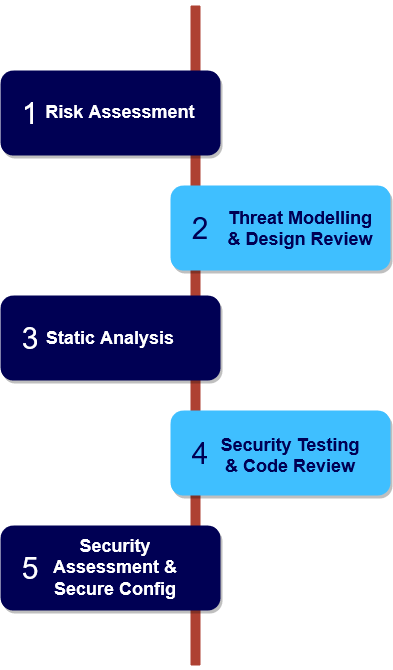
Before: SSDLCProcess.png, a diagram exported from draw.io (Lino-DC/SDLC). Source tidied: cells renumbered, new cells last; positions are measured from the earlier drawing's top-left corner, leaving out a move shared by most shapes.
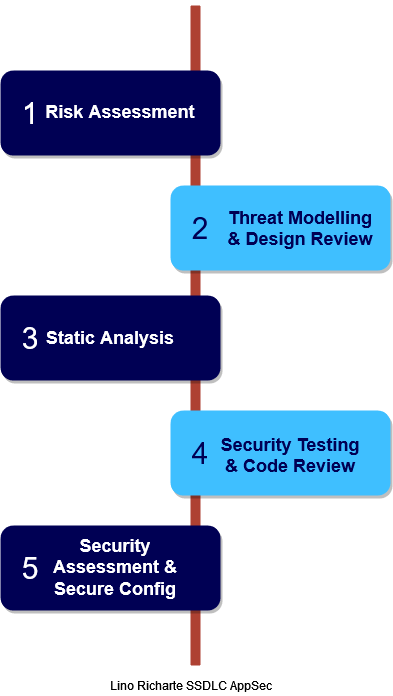
The same file after the commit.

What changed in the source:
```diff
@@ -50,5 +50,8 @@
     <mxCell id="17" value="&lt;h1&gt;Security Assessment &amp;amp; Secure Config&lt;br&gt;&lt;/h1&gt;" style="text;html=1;spacing=5;spacingTop=-20;whiteSpace=wrap;overflow=hidden;strokeColor=none;strokeWidth=4;fillColor=none;gradientColor=#007FFF;fontSize=9;fontColor=#FFFFFF;align=center;" parent="1" vertex="1">
       <mxGeometry x="35" y="527.5" width="160" height="71" as="geometry" />
     </mxCell>
+    <mxCell id="18" value="Lino Richarte SSDLC AppSec" style="text;html=1;align=center;verticalAlign=middle;strokeColor=none;fillColor=none;" parent="1" vertex="1">
+      <mxGeometry x="105" y="670" width="170" height="20" as="geometry" />
+    </mxCell>
   </root>
 </mxGraphModel>
```
